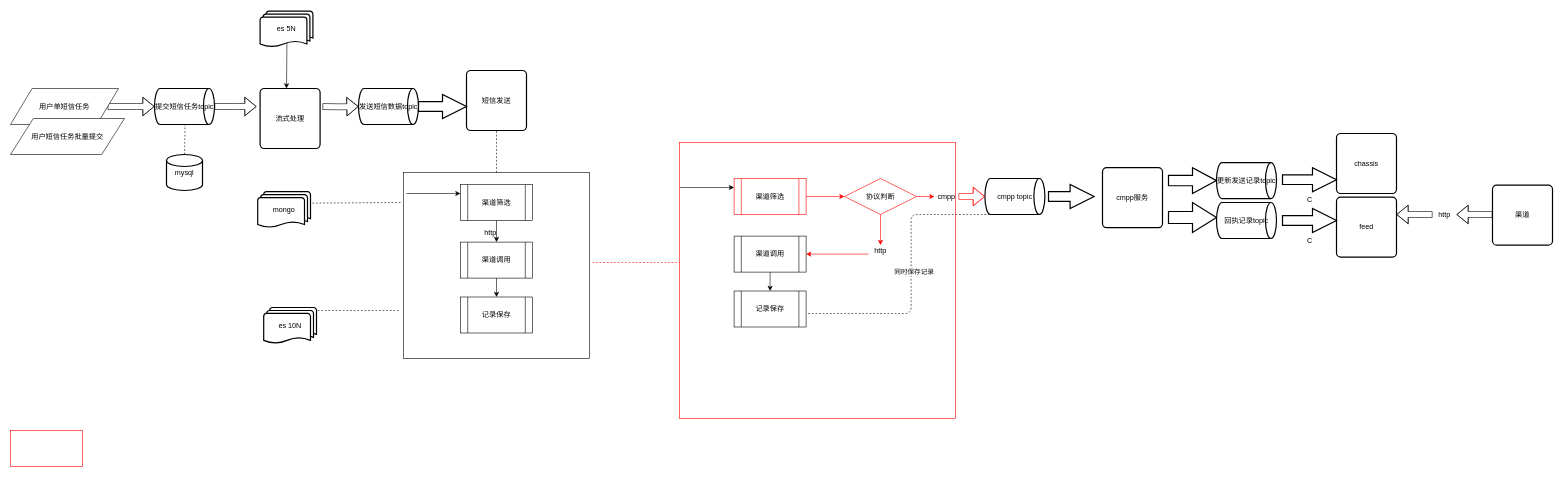
The draw.io diagram Untitled Diagram.drawio in hack0303/draw.io-store, before the edit. Source tidied: cells renumbered, new cells numbered last; positions are measured from the earlier drawing's top-left corner, leaving out a move shared by most shapes. Both pictures are drawn from the tidied source at 60%, with x=0, y=0 at pixel (10, 11).
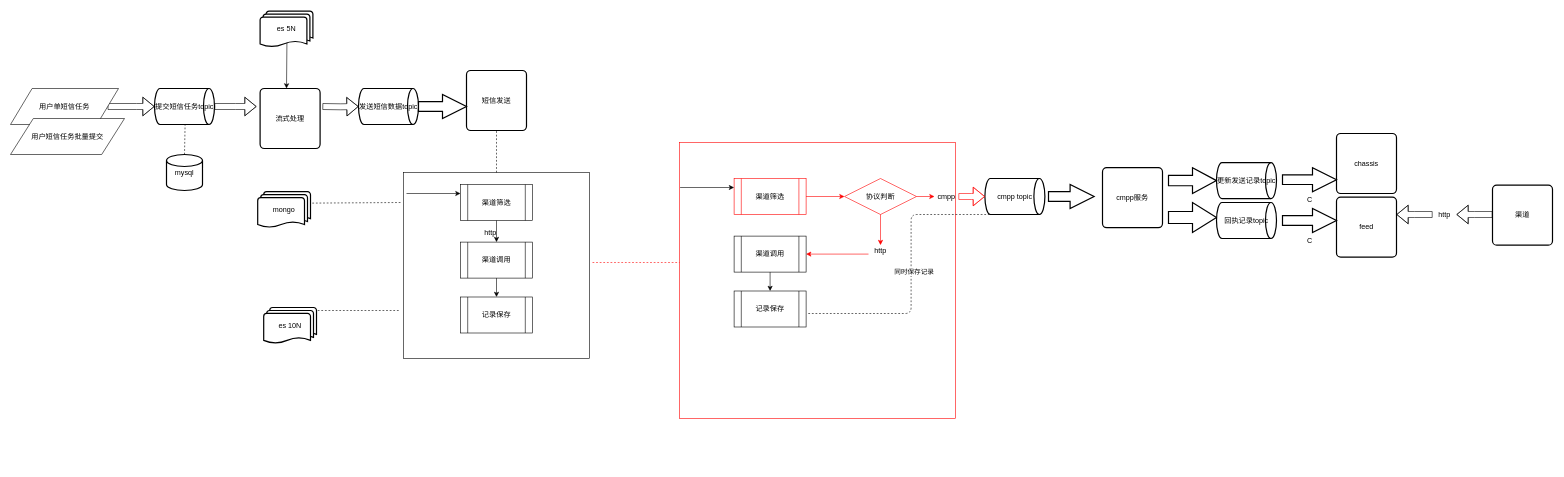
The same diagram, later.

Change to the diagram source:
```diff
@@
-    <mxCell id="62" style="whiteSpace=wrap;html=1;strokeColor=#FF0000;fillColor=#FFFFFF;" parent="1" vertex="1">
-      <mxGeometry y="699" width="120" height="60" as="geometry" />
-    </mxCell>
```
